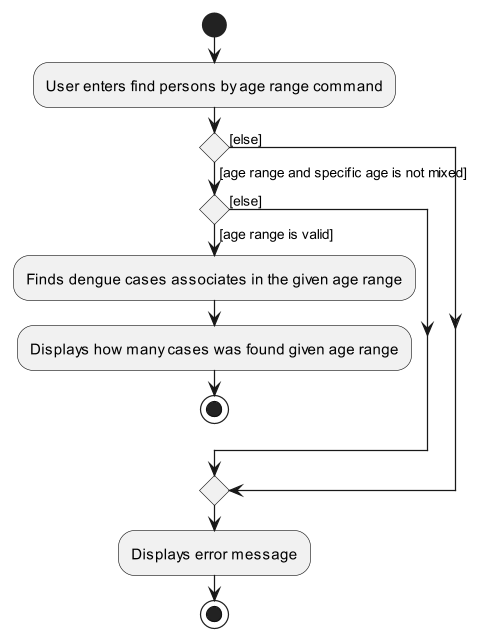
Above: docs/images/RangeFindActivityDiagram.png in nus-cs2103-AY2223S2/tp (PlantUML), before the change. Its source is kept beside it as docs/diagrams/dgplantuml/RangeFindActivityDiagram.puml. Its diagram source:
```plantuml
@startuml

start
:User enters find persons by age range command;
if () then ([age range and specific age is not mixed])
if () then ([age range is valid])
    :Finds dengue cases associates in the given age range;
    :Displays success message;
    stop
else ([else])
endif
else ([else])
endif
:Displays error message;
stop
@enduml
```
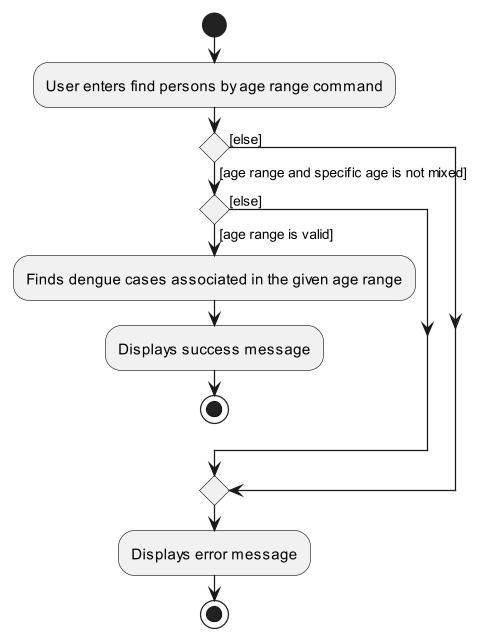
After the change.

Diff of the diagram source:
```diff
@@ -4,7 +4,7 @@
 :User enters find persons by age range command;
 if () then ([age range and specific age is not mixed])
 if () then ([age range is valid])
-    :Finds dengue cases associates in the given age range;
+    :Finds dengue cases associated with the given age range;
     :Displays success message;
     stop
 else ([else])
```
